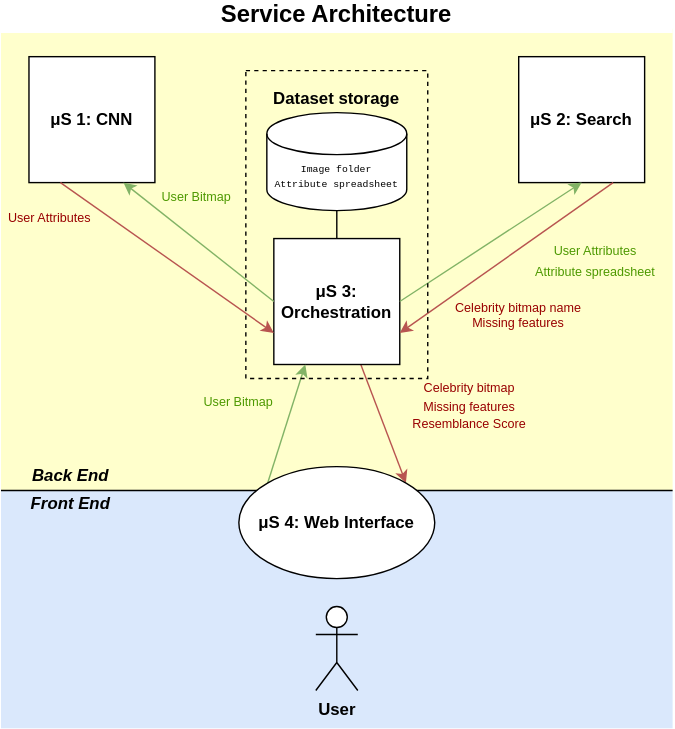
Earlier version of the draw.io export architechture.drawio.svg (Wissem0/Projet-Integrateur-Classification-d-images). Source tidied: cells renumbered, new cells last; positions are measured from the earlier drawing's top-left corner, leaving out a move shared by most shapes.
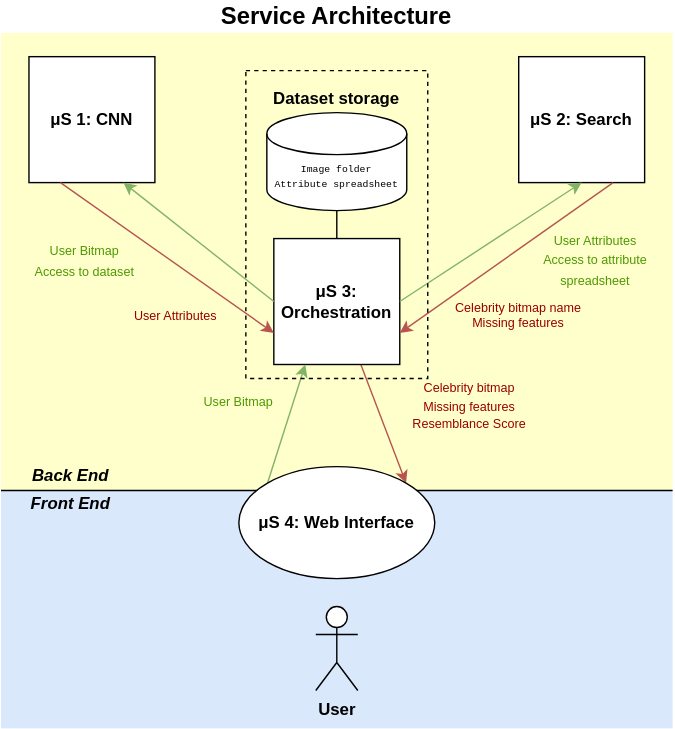
After the commit.

The edit, as a diff of the source:
```diff
@@ -26,12 +26,9 @@
     <mxCell id="9" value="&lt;b&gt;User&lt;/b&gt;" style="shape=umlActor;verticalLabelPosition=bottom;verticalAlign=top;html=1;fillStyle=solid;fontFamily=Helvetica;fillColor=#FFFFFF;" parent="1" vertex="1">
       <mxGeometry x="225" y="433" width="30" height="60" as="geometry" />
     </mxCell>
-    <mxCell id="10" value="&lt;font style=&quot;font-size: 9px;&quot; color=&quot;#4D9900&quot;&gt;User Bitmap&lt;/font&gt;" style="text;html=1;strokeColor=none;fillColor=none;align=center;verticalAlign=middle;whiteSpace=wrap;rounded=0;fillStyle=solid;fontFamily=Helvetica;" parent="1" vertex="1">
-      <mxGeometry x="110" y="125" width="60" height="30" as="geometry" />
+    <mxCell id="10" value="&lt;font style=&quot;font-size: 9px;&quot; color=&quot;#4D9900&quot;&gt;User Bitmap&lt;br&gt;Access to dataset&lt;br&gt;&lt;/font&gt;" style="text;html=1;strokeColor=none;fillColor=none;align=center;verticalAlign=middle;whiteSpace=wrap;rounded=0;fillStyle=solid;fontFamily=Helvetica;" parent="1" vertex="1">
+      <mxGeometry x="20" y="170" width="80" height="30" as="geometry" />
     </mxCell>
-    <mxCell id="11" value="&lt;font style=&quot;font-size: 9px;&quot; color=&quot;#990000&quot;&gt;User Attributes&lt;/font&gt;" style="text;html=1;strokeColor=none;fillColor=none;align=center;verticalAlign=middle;whiteSpace=wrap;rounded=0;fillStyle=solid;fontFamily=Helvetica;" parent="1" vertex="1">
-      <mxGeometry y="140" width="70" height="30" as="geometry" />
-    </mxCell>
     <mxCell id="12" value="&lt;div style=&quot;font-size: 9px;&quot;&gt;&lt;font style=&quot;font-size: 9px;&quot; color=&quot;#990000&quot;&gt;Celebrity bitmap name&lt;/font&gt;&lt;/div&gt;&lt;div style=&quot;font-size: 9px;&quot;&gt;&lt;font style=&quot;font-size: 9px;&quot; color=&quot;#990000&quot;&gt;&lt;font style=&quot;font-size: 9px;&quot;&gt;Missing features&lt;/font&gt;&lt;br&gt;&lt;/font&gt;&lt;/div&gt;" style="text;html=1;strokeColor=none;fillColor=none;align=center;verticalAlign=middle;whiteSpace=wrap;rounded=0;fillStyle=solid;fontFamily=Helvetica;" parent="1" vertex="1">
       <mxGeometry x="320" y="210" width="100" height="30" as="geometry" />
     </mxCell>
@@ -83,8 +80,11 @@
     <mxCell id="28" value="&lt;font style=&quot;font-size: 17px;&quot;&gt;Service Architecture&lt;/font&gt;" style="swimlane;whiteSpace=wrap;html=1;fillStyle=solid;strokeColor=none;fontSize=8;fontColor=#000000;fillColor=default;gradientColor=none;" parent="1" vertex="1">
       <mxGeometry width="480" height="520" as="geometry" />
     </mxCell>
-    <mxCell id="29" value="&lt;font style=&quot;font-size: 9px;&quot; color=&quot;#4D9900&quot;&gt;User Attributes&lt;br&gt;Attribute spreadsheet&lt;br&gt;&lt;/font&gt;" style="text;html=1;strokeColor=none;fillColor=none;align=center;verticalAlign=middle;whiteSpace=wrap;rounded=0;fillStyle=solid;fontFamily=Helvetica;" parent="28" vertex="1">
+    <mxCell id="29" value="&lt;font style=&quot;font-size: 9px;&quot; color=&quot;#4D9900&quot;&gt;User Attributes&lt;br&gt;Access to attribute spreadsheet&lt;br&gt;&lt;/font&gt;" style="text;html=1;strokeColor=none;fillColor=none;align=center;verticalAlign=middle;whiteSpace=wrap;rounded=0;fillStyle=solid;fontFamily=Helvetica;" parent="28" vertex="1">
       <mxGeometry x="380" y="170" width="90" height="30" as="geometry" />
     </mxCell>
+    <mxCell id="11" value="&lt;font style=&quot;font-size: 9px;&quot; color=&quot;#990000&quot;&gt;User Attributes&lt;/font&gt;" style="text;html=1;strokeColor=none;fillColor=none;align=center;verticalAlign=middle;whiteSpace=wrap;rounded=0;fillStyle=solid;fontFamily=Helvetica;" parent="28" vertex="1">
+      <mxGeometry x="90" y="210" width="70" height="30" as="geometry" />
+    </mxCell>
   </root>
 </mxGraphModel>
```
